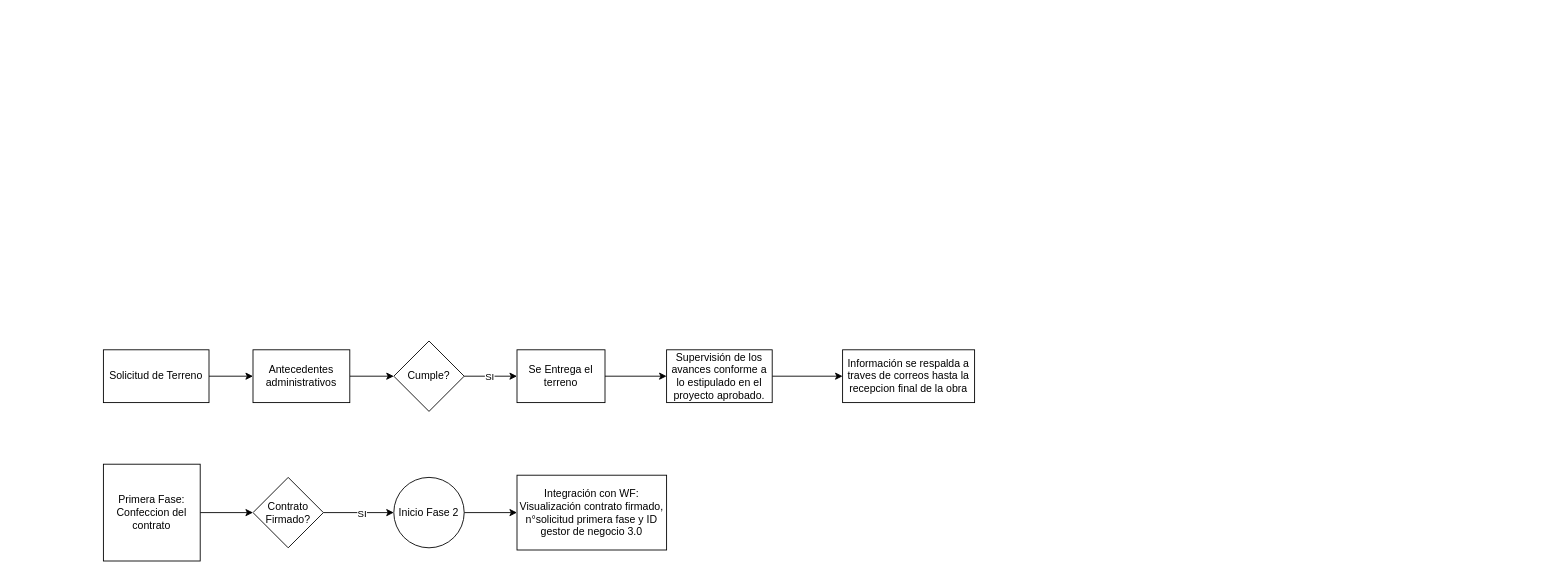
The draw.io diagram DiagramaApp.drawio in royarzunsaire/mi-pwa-frontend, before the edit. Source tidied: cells renumbered, new cells numbered last; positions are measured from the earlier drawing's top-left corner, leaving out a move shared by most shapes. Both pictures are drawn from the tidied source at 88%, with x=0, y=0 at pixel (103, 341).
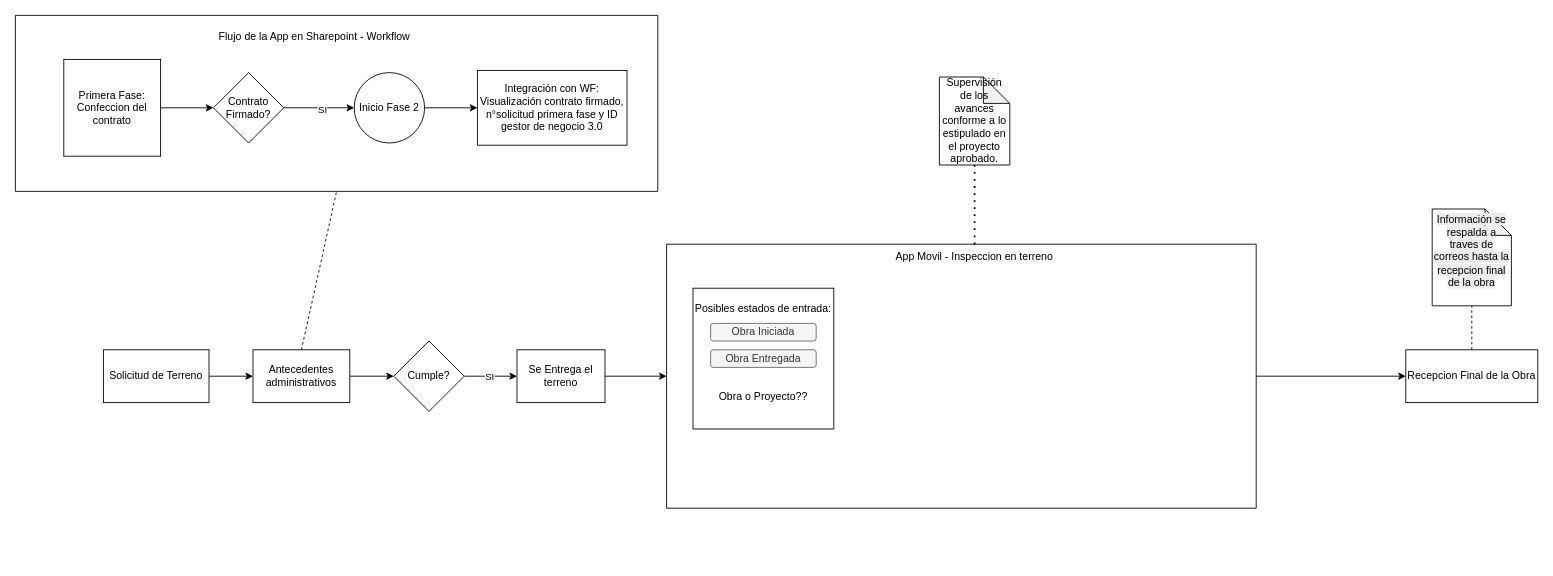
The same diagram, later.

Unchanged cells that the change refers to:
```xml
<mxCell id="5" value="Antecedentes administrativos" style="rounded=0;whiteSpace=wrap;html=1;" parent="1" vertex="1">
  <mxGeometry x="170" y="10" width="110" height="60" as="geometry" />
</mxCell>
<mxCell id="10" value="Se Entrega el terreno" style="whiteSpace=wrap;html=1;rounded=0;" parent="1" vertex="1">
  <mxGeometry x="470" y="10" width="100" height="60" as="geometry" />
</mxCell>
```

What changed in the source:
```diff
@@
-    <mxCell id="9" style="edgeStyle=orthogonalEdgeStyle;rounded=0;jettySize=auto;html=1;" parent="1" edge="1" source="10" target="12">
+    <mxCell id="9" style="edgeStyle=orthogonalEdgeStyle;rounded=0;jettySize=auto;html=1;entryX=0;entryY=0.5;entryDx=0;entryDy=0;" parent="1" edge="1" source="10" target="23">
       <mxGeometry relative="1" as="geometry" />
     </mxCell>
@@
-    <mxCell id="11" style="edgeStyle=orthogonalEdgeStyle;rounded=0;jettySize=auto;html=1;" parent="1" edge="1" source="12" target="13">
-      <mxGeometry relative="1" as="geometry" />
-    </mxCell>
-    <mxCell id="12" value="Supervisión de los avances conforme a lo estipulado en el proyecto aprobado." style="whiteSpace=wrap;html=1;rounded=0;" parent="1" vertex="1">
-      <mxGeometry x="640" y="10" width="120" height="60" as="geometry" />
-    </mxCell>
-    <mxCell id="13" value="Información se respalda a traves de correos hasta la recepcion final de la obra" style="whiteSpace=wrap;html=1;rounded=0;" parent="1" vertex="1">
-      <mxGeometry x="840" y="10" width="150" height="60" as="geometry" />
+    <mxCell id="13" value="Recepcion Final de la Obra" style="whiteSpace=wrap;html=1;rounded=0;" parent="1" vertex="1">
+      <mxGeometry x="1480" y="10" width="150" height="60" as="geometry" />
     </mxCell>
+    <mxCell id="22" style="edgeStyle=orthogonalEdgeStyle;rounded=0;jettySize=auto;html=1;" parent="1" edge="1" source="23" target="13">
+      <mxGeometry relative="1" as="geometry" />
+    </mxCell>
+    <mxCell id="23" style="swimlane;startSize=0;" parent="1" vertex="1">
+      <mxGeometry x="640" y="-110" width="670" height="300" as="geometry" />
+    </mxCell>
+    <mxCell id="24" value="Posibles estados de entrada:&lt;div&gt;&lt;br&gt;&lt;/div&gt;&lt;div&gt;&lt;br&gt;&lt;/div&gt;&lt;div&gt;&lt;br&gt;&lt;/div&gt;&lt;div&gt;&lt;br&gt;&lt;/div&gt;&lt;div&gt;&lt;br&gt;&lt;/div&gt;&lt;div&gt;&lt;br&gt;&lt;div&gt;Obra o Proyecto??&lt;/div&gt;&lt;div&gt;&lt;br&gt;&lt;/div&gt;&lt;/div&gt;" style="whiteSpace=wrap;html=1;" parent="23" vertex="1">
+      <mxGeometry x="30" y="50" width="160" height="160" as="geometry" />
+    </mxCell>
+    <mxCell id="25" value="Obra Iniciada" style="rounded=1;whiteSpace=wrap;html=1;fillColor=#f5f5f5;fontColor=#333333;strokeColor=#666666;" parent="23" vertex="1">
+      <mxGeometry x="50" y="90" width="120" height="20" as="geometry" />
+    </mxCell>
+    <mxCell id="26" value="Obra Entregada" style="rounded=1;whiteSpace=wrap;html=1;fillColor=#f5f5f5;fontColor=#333333;strokeColor=#666666;" parent="23" vertex="1">
+      <mxGeometry x="50" y="120" width="120" height="20" as="geometry" />
+    </mxCell>
+    <mxCell id="27" value="App Movil - Inspeccion en terreno" style="text;html=1;whiteSpace=wrap;strokeColor=none;fillColor=none;align=center;verticalAlign=middle;rounded=0;" parent="23" vertex="1">
+      <mxGeometry x="250" width="200" height="30" as="geometry" />
+    </mxCell>
+    <mxCell id="28" style="endArrow=none;dashed=1;html=1;dashPattern=1 3;strokeWidth=2;rounded=0;entryX=0.5;entryY=1;entryDx=0;entryDy=0;exitX=0.5;exitY=0;exitDx=0;exitDy=0;entryPerimeter=0;" parent="1" edge="1" source="27" target="12">
+      <mxGeometry relative="1" as="geometry" />
+    </mxCell>
+    <mxCell id="29" style="swimlane;startSize=0;" parent="1" vertex="1">
+      <mxGeometry x="-100" y="-370" width="730" height="200" as="geometry" />
+    </mxCell>
-    <mxCell id="14" style="edgeStyle=orthogonalEdgeStyle;rounded=0;jettySize=auto;html=1;" parent="1" edge="1" source="15" target="18">
+    <mxCell id="14" style="edgeStyle=orthogonalEdgeStyle;rounded=0;jettySize=auto;html=1;" parent="29" edge="1" source="15" target="18">
       <mxGeometry relative="1" as="geometry" />
     </mxCell>
-    <mxCell id="15" value="Primera Fase:&lt;br&gt;Confeccion del contrato" style="whiteSpace=wrap;html=1;" parent="1" vertex="1">
-      <mxGeometry y="140" width="110" height="110" as="geometry" />
-    </mxCell>
-    <mxCell id="16" style="edgeStyle=orthogonalEdgeStyle;rounded=0;jettySize=auto;html=1;" parent="1" edge="1" source="18" target="20">
+    <mxCell id="16" style="edgeStyle=orthogonalEdgeStyle;rounded=0;jettySize=auto;html=1;" parent="29" edge="1" source="18" target="20">
       <mxGeometry relative="1" as="geometry" />
     </mxCell>
@@
-    <mxCell id="18" value="Contrato Firmado?" style="rhombus;whiteSpace=wrap;html=1;" parent="1" vertex="1">
-      <mxGeometry x="170" y="155" width="80" height="80" as="geometry" />
+    <mxCell id="18" value="Contrato Firmado?" style="rhombus;whiteSpace=wrap;html=1;" parent="29" vertex="1">
+      <mxGeometry x="225" y="65" width="80" height="80" as="geometry" />
     </mxCell>
-    <mxCell id="19" style="edgeStyle=orthogonalEdgeStyle;rounded=0;jettySize=auto;html=1;" parent="1" edge="1" source="20" target="21">
+    <mxCell id="19" style="edgeStyle=orthogonalEdgeStyle;rounded=0;jettySize=auto;html=1;" parent="29" edge="1" source="20" target="21">
       <mxGeometry relative="1" as="geometry" />
     </mxCell>
-    <mxCell id="20" value="Inicio Fase 2" style="ellipse;whiteSpace=wrap;html=1;" parent="1" vertex="1">
-      <mxGeometry x="330" y="155" width="80" height="80" as="geometry" />
+    <mxCell id="20" value="Inicio Fase 2" style="ellipse;whiteSpace=wrap;html=1;" parent="29" vertex="1">
+      <mxGeometry x="385" y="65" width="80" height="80" as="geometry" />
     </mxCell>
-    <mxCell id="21" value="Integración con WF:&lt;br&gt;Visualización contrato firmado, n°solicitud primera fase y ID gestor de negocio 3.0" style="whiteSpace=wrap;html=1;" parent="1" vertex="1">
-      <mxGeometry x="470" y="152.5" width="170" height="85" as="geometry" />
+    <mxCell id="21" value="Integración con WF:&lt;br&gt;Visualización contrato firmado, n°solicitud primera fase y ID gestor de negocio 3.0" style="whiteSpace=wrap;html=1;" parent="29" vertex="1">
+      <mxGeometry x="525" y="62.5" width="170" height="85" as="geometry" />
     </mxCell>
+    <mxCell id="15" value="Primera Fase:&lt;br&gt;Confeccion del contrato" style="whiteSpace=wrap;html=1;" parent="29" vertex="1">
+      <mxGeometry x="55" y="50" width="110" height="110" as="geometry" />
+    </mxCell>
+    <mxCell id="30" value="Flujo de la App en Sharepoint - Workflow" style="text;html=1;whiteSpace=wrap;strokeColor=none;fillColor=none;align=center;verticalAlign=middle;rounded=0;" parent="1" vertex="1">
+      <mxGeometry x="120" y="-360" width="240" height="30" as="geometry" />
+    </mxCell>
+    <mxCell id="31" style="endArrow=none;dashed=1;html=1;rounded=0;entryX=0.5;entryY=1;entryDx=0;entryDy=0;exitX=0.5;exitY=0;exitDx=0;exitDy=0;" parent="1" edge="1" source="5" target="29">
+      <mxGeometry relative="1" as="geometry" />
+    </mxCell>
+    <mxCell id="12" value="Supervisión de los avances conforme a lo estipulado en el proyecto aprobado." style="shape=note;whiteSpace=wrap;html=1;backgroundOutline=1;darkOpacity=0.05;" parent="1" vertex="1">
+      <mxGeometry x="950" y="-300" width="80" height="100" as="geometry" />
+    </mxCell>
+    <mxCell id="32" value="&#10;&lt;span style=&quot;color: rgb(0, 0, 0); font-family: Helvetica; font-size: 12px; font-style: normal; font-variant-ligatures: normal; font-variant-caps: normal; font-weight: 400; letter-spacing: normal; orphans: 2; text-align: center; text-indent: 0px; text-transform: none; widows: 2; word-spacing: 0px; -webkit-text-stroke-width: 0px; white-space: normal; background-color: rgb(236, 236, 236); text-decoration-thickness: initial; text-decoration-style: initial; text-decoration-color: initial; display: inline !important; float: none;&quot;&gt;Información se respalda a traves de correos hasta la recepcion final de la obra&lt;/span&gt;&#10;&#10;" style="shape=note;whiteSpace=wrap;html=1;backgroundOutline=1;darkOpacity=0.05;" parent="1" vertex="1">
+      <mxGeometry x="1510" y="-150" width="90" height="110" as="geometry" />
+    </mxCell>
+    <mxCell id="33" style="endArrow=none;dashed=1;html=1;rounded=0;entryX=0.5;entryY=1;entryDx=0;entryDy=0;entryPerimeter=0;exitX=0.5;exitY=0;exitDx=0;exitDy=0;" parent="1" edge="1" source="13" target="32">
+      <mxGeometry relative="1" as="geometry" />
+    </mxCell>
```
